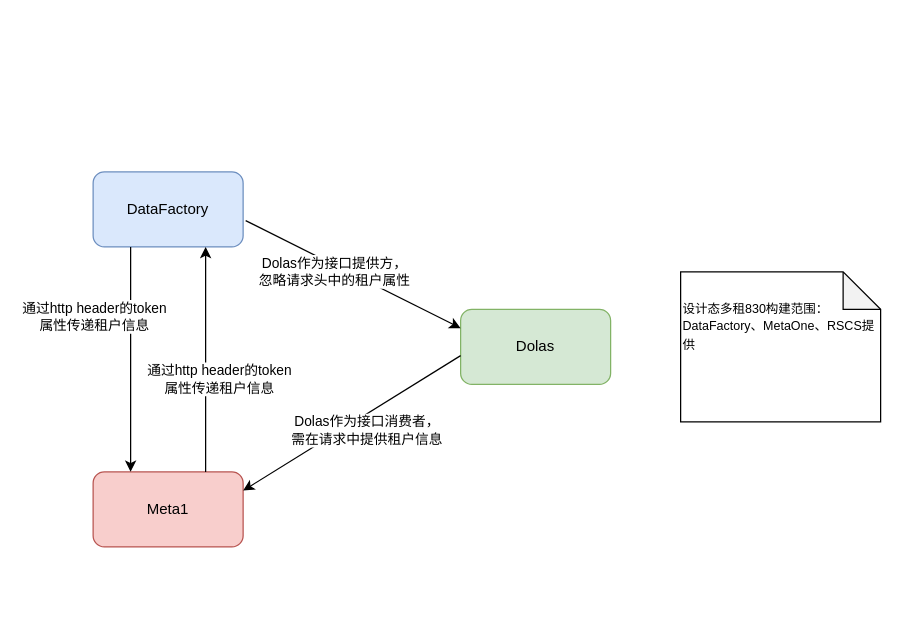
Earlier version of the draw.io diagram 设计态多租.drawio (zhangyaowu/drawio). Source tidied: cells renumbered, new cells numbered last; positions are measured from the earlier drawing's top-left corner, leaving out a move shared by most shapes. Both pictures are drawn from the tidied source at 125%, with x=0, y=0 at pixel (92, 171).
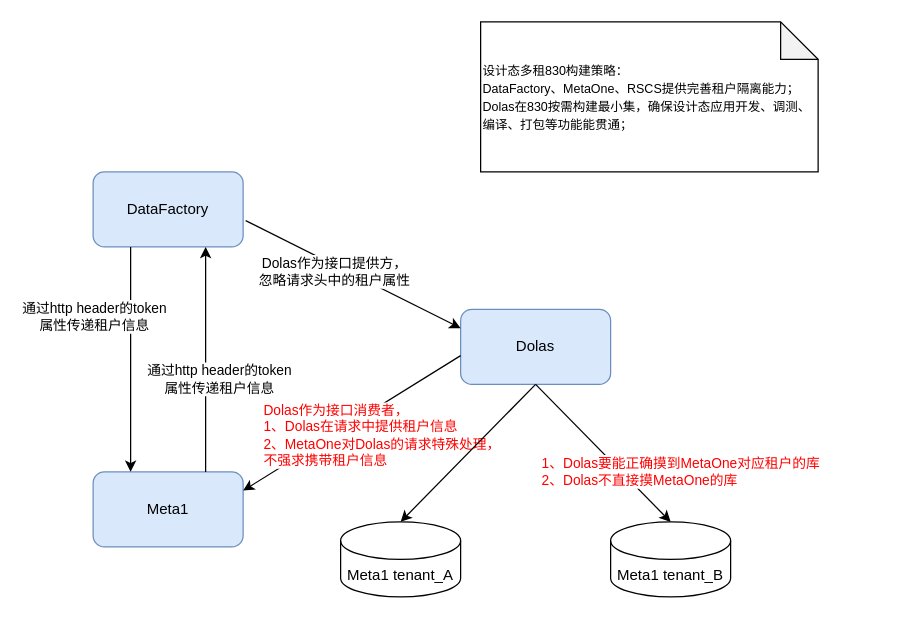
The same page after the edit.

Commit message (it also covers changes not shown here):
更新设计态多租.drawio

Unchanged cells that the change refers to:
```xml
<mxCell id="9" style="endArrow=classic;html=1;exitX=0;exitY=0.617;exitDx=0;exitDy=0;exitPerimeter=0;entryX=1;entryY=0.25;entryDx=0;entryDy=0;" parent="1" edge="1" source="3" target="4">
  <mxGeometry relative="1" as="geometry" />
</mxCell>
```

Diff of the diagram source:
```diff
@@
-    <mxCell id="3" value="Dolas" style="rounded=1;whiteSpace=wrap;html=1;fillColor=#d5e8d4;strokeColor=#82b366;" parent="1" vertex="1">
+    <mxCell id="3" value="Dolas" style="rounded=1;whiteSpace=wrap;html=1;fillColor=#dae8fc;strokeColor=#6c8ebf;" parent="1" vertex="1">
       <mxGeometry x="294" y="110" width="120" height="60" as="geometry" />
     </mxCell>
-    <mxCell id="4" value="Meta1" style="rounded=1;whiteSpace=wrap;html=1;fillColor=#f8cecc;strokeColor=#b85450;" parent="1" vertex="1">
+    <mxCell id="4" value="Meta1" style="rounded=1;whiteSpace=wrap;html=1;fillColor=#dae8fc;strokeColor=#6c8ebf;" parent="1" vertex="1">
       <mxGeometry y="240" width="120" height="60" as="geometry" />
     </mxCell>
@@
-    <mxCell id="10" value="Dolas作为接口消费者，&lt;br&gt;需在请求中提供租户信息" style="edgeLabel;html=1;align=center;verticalAlign=middle;" parent="9" vertex="1">
+    <mxCell id="10" value="&lt;div style=&quot;text-align: left&quot;&gt;&lt;font color=&quot;#ff0000&quot;&gt;Dolas作为接口消费者，&lt;/font&gt;&lt;/div&gt;&lt;div style=&quot;text-align: left&quot;&gt;&lt;font color=&quot;#ff0000&quot;&gt;1、Dolas在请求中提供租户信息&lt;/font&gt;&lt;/div&gt;&lt;div style=&quot;text-align: left&quot;&gt;&lt;font color=&quot;#ff0000&quot;&gt;2、MetaOne对Dolas的请求特殊处理，&lt;/font&gt;&lt;/div&gt;&lt;div style=&quot;text-align: left&quot;&gt;&lt;font color=&quot;#ff0000&quot;&gt;不强求携带租户信息&lt;/font&gt;&lt;/div&gt;" style="edgeLabel;html=1;align=center;verticalAlign=middle;" parent="9" vertex="1">
       <mxGeometry x="-0.23" y="-3" relative="1" as="geometry">
-        <mxPoint x="-7" y="20" as="offset" />
+        <mxPoint x="5" y="24" as="offset" />
       </mxGeometry>
     </mxCell>
@@
-    <mxCell id="13" value="&lt;font style=&quot;font-size: 10px&quot;&gt;设计态多租830构建范围：&lt;br style=&quot;font-size: 10px&quot;&gt;DataFactory、MetaOne、RSCS提供&lt;table&gt;&lt;tbody&gt;&lt;tr&gt;&lt;td&gt;&lt;br&gt;&lt;/td&gt;&lt;td&gt;&lt;br&gt;&lt;/td&gt;&lt;td&gt;&lt;br&gt;&lt;/td&gt;&lt;td&gt;&lt;br&gt;&lt;/td&gt;&lt;/tr&gt;&lt;tr&gt;&lt;td&gt;&lt;br&gt;&lt;/td&gt;&lt;td&gt;&lt;br&gt;&lt;/td&gt;&lt;td&gt;&lt;br&gt;&lt;/td&gt;&lt;td&gt;&lt;br&gt;&lt;/td&gt;&lt;/tr&gt;&lt;/tbody&gt;&lt;/table&gt;&lt;/font&gt;" style="shape=note;whiteSpace=wrap;html=1;backgroundOutline=1;darkOpacity=0.05;align=left;" parent="1" vertex="1">
-      <mxGeometry x="470" y="80" width="160" height="120" as="geometry" />
+    <mxCell id="13" value="&lt;font style=&quot;font-size: 10px&quot;&gt;设计态多租830构建策略：&lt;br style=&quot;font-size: 10px&quot;&gt;DataFactory、MetaOne、RSCS提供完善租户隔离能力；&lt;br&gt;Dolas在830按需构建最小集，确保设计态应用开发、调测、编译、打包等功能能贯通；&lt;br&gt;&lt;/font&gt;" style="shape=note;whiteSpace=wrap;html=1;backgroundOutline=1;darkOpacity=0.05;align=left;" parent="1" vertex="1">
+      <mxGeometry x="310" y="-120" width="270" height="120" as="geometry" />
     </mxCell>
+    <mxCell id="14" value="Meta1 tenant_A" style="shape=cylinder3;whiteSpace=wrap;html=1;boundedLbl=1;backgroundOutline=1;size=15;" parent="1" vertex="1">
+      <mxGeometry x="198" y="280" width="96" height="60" as="geometry" />
+    </mxCell>
+    <mxCell id="15" value="Meta1 tenant_B" style="shape=cylinder3;whiteSpace=wrap;html=1;boundedLbl=1;backgroundOutline=1;size=15;" parent="1" vertex="1">
+      <mxGeometry x="414" y="280" width="96" height="60" as="geometry" />
+    </mxCell>
+    <mxCell id="16" style="endArrow=classic;html=1;exitX=0.5;exitY=1;exitDx=0;exitDy=0;entryX=0.5;entryY=0;entryDx=0;entryDy=0;entryPerimeter=0;" parent="1" edge="1" source="3" target="14">
+      <mxGeometry relative="1" as="geometry" />
+    </mxCell>
+    <mxCell id="17" style="endArrow=classic;html=1;exitX=0.5;exitY=1;exitDx=0;exitDy=0;entryX=0.5;entryY=0;entryDx=0;entryDy=0;entryPerimeter=0;" parent="1" edge="1" source="3" target="15">
+      <mxGeometry relative="1" as="geometry" />
+    </mxCell>
+    <mxCell id="18" value="&lt;div style=&quot;text-align: left&quot;&gt;&lt;font color=&quot;#ff0000&quot;&gt;1、Dolas要能正确摸到MetaOne对应租户的库&lt;/font&gt;&lt;/div&gt;&lt;div style=&quot;text-align: left&quot;&gt;&lt;font color=&quot;#ff0000&quot;&gt;2、Dolas不直接摸MetaOne的库&lt;/font&gt;&lt;/div&gt;" style="edgeLabel;html=1;align=center;verticalAlign=middle;" parent="17" vertex="1">
+      <mxGeometry x="0.21" y="2" relative="1" as="geometry">
+        <mxPoint x="49" y="5" as="offset" />
+      </mxGeometry>
+    </mxCell>
```
